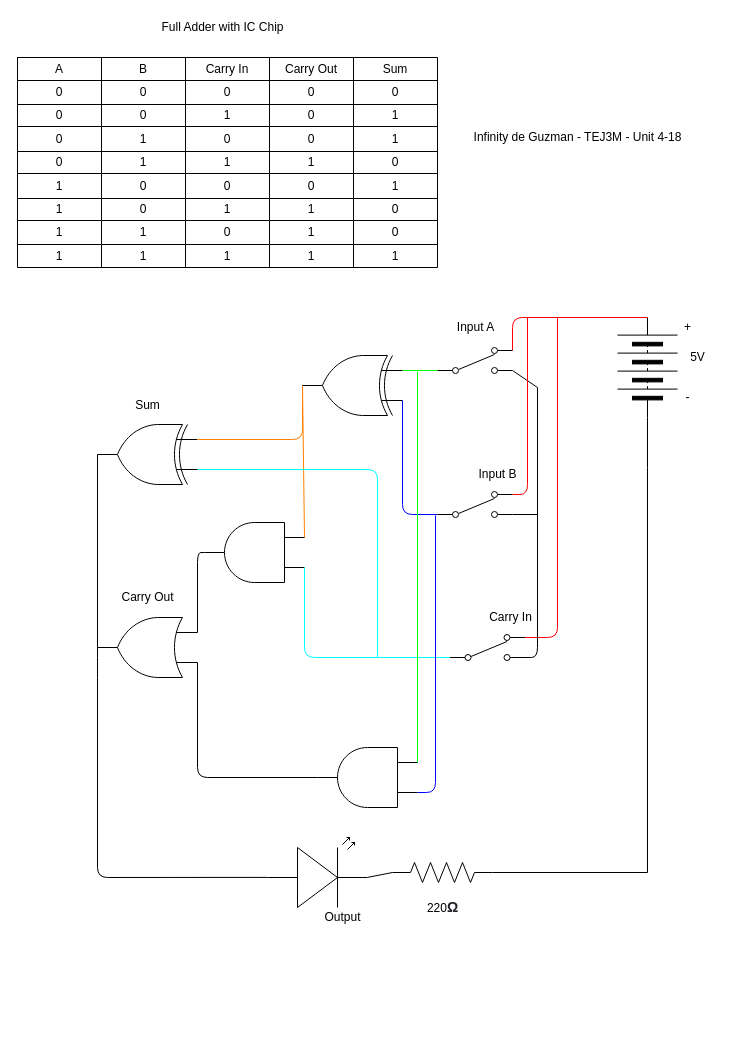
Above: Unit4-18/Unit4-18.drawio in Infinity-deGuzman/TEJ3M-Unit-4 (draw.io), before the change. Source tidied: cells renumbered, new cells numbered last; positions are measured from the earlier drawing's top-left corner, leaving out a move shared by most shapes. Both pictures are drawn from the tidied source at 100%, with x=0, y=0 at pixel (17, 17).
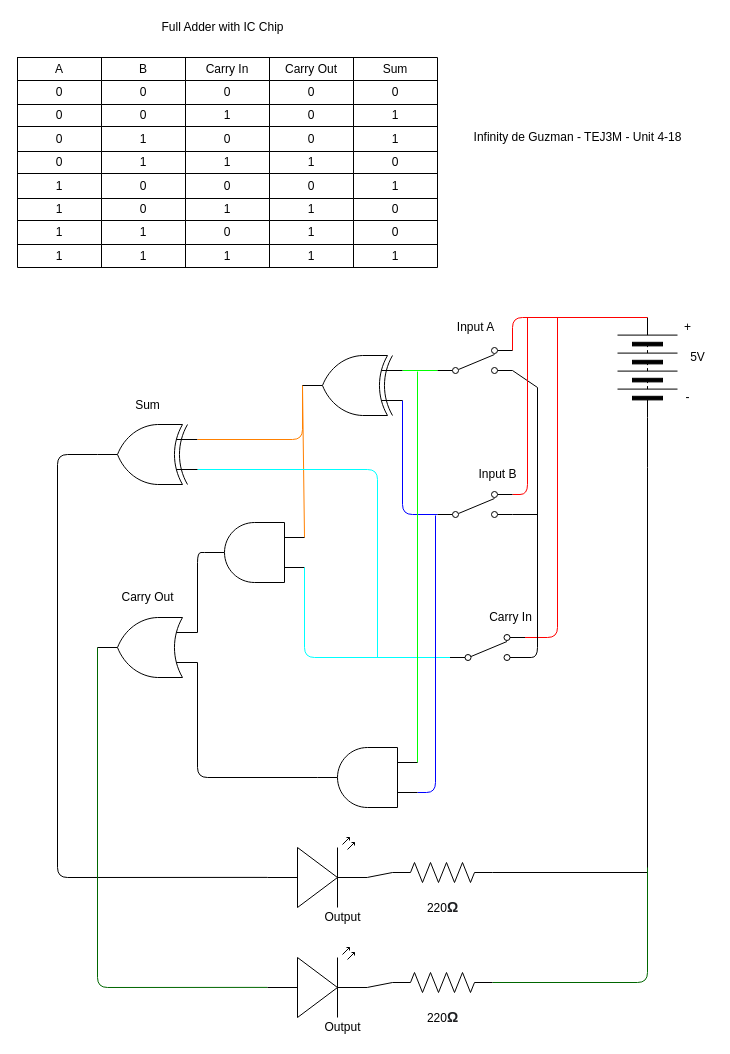
Above is the later version.

The change refers to these unchanged cells:
```xml
<mxCell id="15" style="verticalLabelPosition=bottom;shadow=0;dashed=0;align=center;html=1;verticalAlign=top;shape=mxgraph.electrical.opto_electronics.led_2;rotation=0;" parent="1" vertex="1">
  <mxGeometry x="250" y="820" width="100" height="70" as="geometry" />
</mxCell>
<mxCell id="85" style="verticalLabelPosition=bottom;shadow=0;dashed=0;align=center;html=1;verticalAlign=top;shape=mxgraph.electrical.logic_gates.logic_gate;operation=xor;rotation=-180;" parent="1" vertex="1">
  <mxGeometry x="80" y="407" width="100" height="60" as="geometry" />
</mxCell>
<mxCell id="98" style="verticalLabelPosition=bottom;shadow=0;dashed=0;align=center;html=1;verticalAlign=top;shape=mxgraph.electrical.logic_gates.logic_gate;operation=or;rotation=-180;" parent="1" vertex="1">
  <mxGeometry x="80" y="600" width="100" height="60" as="geometry" />
</mxCell>
```

Change to the diagram source:
```diff
@@
     <mxCell id="81" style="edgeStyle=none;html=1;exitX=1;exitY=0.5;exitDx=0;exitDy=0;exitPerimeter=0;entryX=0;entryY=0.57;entryDx=0;entryDy=0;entryPerimeter=0;endArrow=none;endFill=0;strokeColor=#000000;" parent="1" edge="1" source="85" target="15">
       <mxGeometry relative="1" as="geometry">
         <Array as="points">
-          <mxPoint x="80" y="650" />
-          <mxPoint x="80" y="860" />
+          <mxPoint x="40" y="437" />
+          <mxPoint x="40" y="860" />
         </Array>
       </mxGeometry>
     </mxCell>
@@
+    <mxCell id="99" style="edgeStyle=none;html=1;exitX=1;exitY=0.5;exitDx=0;exitDy=0;exitPerimeter=0;entryX=0;entryY=0.57;entryDx=0;entryDy=0;entryPerimeter=0;strokeColor=#006600;endArrow=none;endFill=0;" parent="1" edge="1" source="98" target="102">
+      <mxGeometry relative="1" as="geometry">
+        <Array as="points">
+          <mxPoint x="80" y="970" />
+        </Array>
+      </mxGeometry>
+    </mxCell>
@@
+    <mxCell id="100" value="Output" style="text;html=1;align=center;verticalAlign=middle;strokeColor=none;fillColor=none;" parent="1" vertex="1">
+      <mxGeometry x="300" y="1000" width="50" height="20" as="geometry" />
+    </mxCell>
+    <mxCell id="101" style="edgeStyle=none;html=1;exitX=1;exitY=0.57;exitDx=0;exitDy=0;exitPerimeter=0;entryX=0;entryY=0.5;entryDx=0;entryDy=0;entryPerimeter=0;endArrow=none;endFill=0;" parent="1" edge="1" source="102" target="104">
+      <mxGeometry relative="1" as="geometry" />
+    </mxCell>
+    <mxCell id="102" style="verticalLabelPosition=bottom;shadow=0;dashed=0;align=center;html=1;verticalAlign=top;shape=mxgraph.electrical.opto_electronics.led_2;rotation=0;" parent="1" vertex="1">
+      <mxGeometry x="250" y="930" width="100" height="70" as="geometry" />
+    </mxCell>
+    <mxCell id="103" style="edgeStyle=none;html=1;exitX=1;exitY=0.5;exitDx=0;exitDy=0;exitPerimeter=0;strokeColor=#006600;endArrow=none;endFill=0;" parent="1" edge="1" source="104">
+      <mxGeometry relative="1" as="geometry">
+        <mxPoint x="630" y="850" as="targetPoint" />
+        <Array as="points">
+          <mxPoint x="630" y="965" />
+        </Array>
+      </mxGeometry>
+    </mxCell>
+    <mxCell id="104" style="verticalLabelPosition=bottom;shadow=0;dashed=0;align=center;html=1;verticalAlign=top;shape=mxgraph.electrical.resistors.resistor_2;" parent="1" vertex="1">
+      <mxGeometry x="375" y="955" width="100" height="20" as="geometry" />
+    </mxCell>
+    <mxCell id="105" value="220&lt;b style=&quot;color: rgb(32 , 33 , 36) ; font-family: &amp;#34;arial&amp;#34; , sans-serif ; font-size: 14px ; text-align: left ; background-color: rgb(255 , 255 , 255)&quot;&gt;Ω&lt;/b&gt;" style="text;html=1;align=center;verticalAlign=middle;strokeColor=none;fillColor=none;rotation=0;" parent="1" vertex="1">
+      <mxGeometry x="400" y="990" width="50" height="20" as="geometry" />
+    </mxCell>
```
